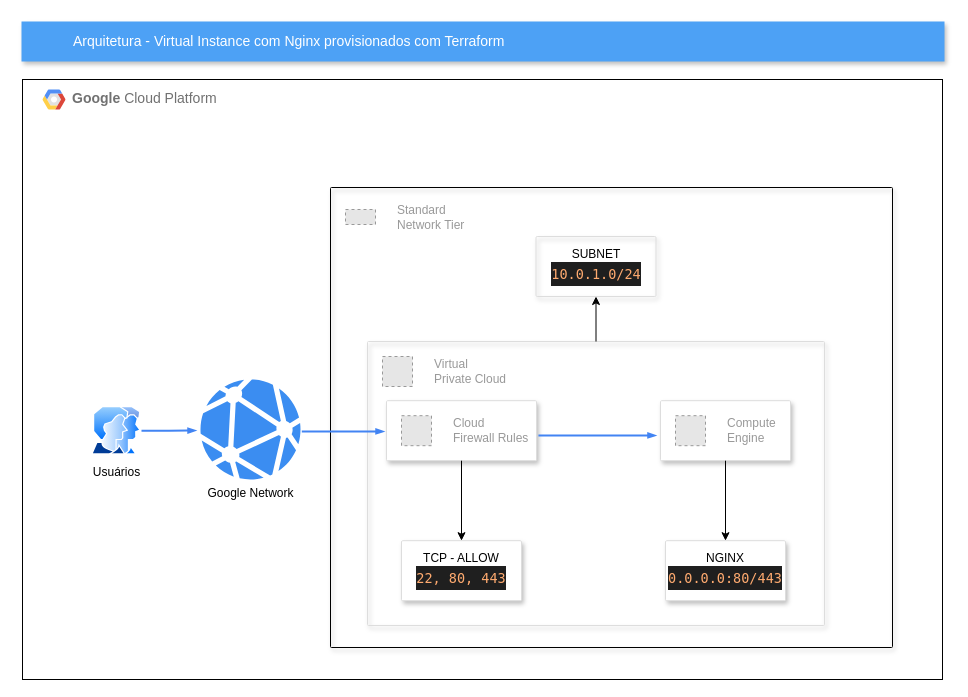
Before: gcp_vm_nginx/gcp_vm_ngninx.drawio in raioramalho/gcp-terraform-study, a draw.io diagram. Source tidied: cells renumbered, new cells numbered last; positions are measured from the earlier drawing's top-left corner, leaving out a move shared by most shapes. Both pictures are drawn from the tidied source at 100%, with x=0, y=0 at pixel (21, 21). Pictures stored in the file or linked from it are replaced by grey dashed boxes.
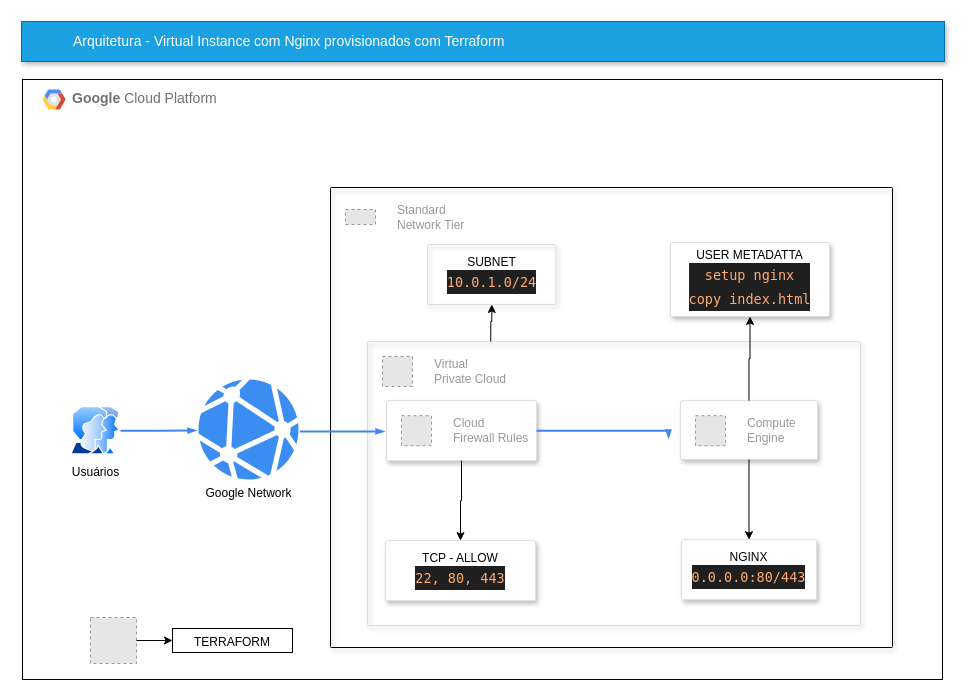
Above is the later version.

Commit message (it also covers changes not shown here):
Add README for GCP VM with NGINX setup using Terraform

The change refers to these unchanged cells:
```xml
<mxCell id="2" value="&lt;b&gt;Google &lt;/b&gt;Cloud Platform" style="fillColor=none;strokeColor=default;shadow=0;gradientColor=none;fontSize=14;align=left;spacing=10;fontColor=#717171;9E9E9E;verticalAlign=top;spacingTop=-4;fontStyle=0;spacingLeft=40;html=1;whiteSpace=wrap;" parent="1" vertex="1">
  <mxGeometry x="1" y="58" width="920" height="600" as="geometry" />
</mxCell>
<mxCell id="3" style="shadow=1;strokeWidth=1;rounded=1;absoluteArcSize=1;arcSize=2;fillColor=none;" parent="2" vertex="1">
  <mxGeometry x="308" y="108" width="562" height="460" as="geometry" />
</mxCell>
<mxCell id="10" style="strokeColor=#dddddd;shadow=1;strokeWidth=1;rounded=1;absoluteArcSize=1;arcSize=2;" parent="2" vertex="1">
  <mxGeometry x="364" y="321.2" width="150" height="60" as="geometry" />
</mxCell>
```

Change to the diagram source:
```diff
@@
     <mxCell id="5" style="strokeColor=#dddddd;shadow=1;strokeWidth=1;rounded=1;absoluteArcSize=1;arcSize=2;fillColor=none;" parent="3" vertex="1">
-      <mxGeometry x="37" y="154" width="457" height="284" as="geometry" />
+      <mxGeometry x="37" y="154" width="493" height="284" as="geometry" />
     </mxCell>
@@
+    <mxCell id="24" value="USER METADATTA&lt;div&gt;&lt;div style=&quot;background-color: rgb(31, 31, 31); font-family: &amp;quot;JetBrains Mono&amp;quot;, Menlo, Monaco, &amp;quot;Courier New&amp;quot;, monospace; font-size: 13.5px; line-height: 24px; white-space: pre;&quot;&gt;&lt;font color=&quot;#ffab70&quot;&gt;setup nginx&lt;/font&gt;&lt;/div&gt;&lt;/div&gt;&lt;div style=&quot;background-color: rgb(31, 31, 31); font-family: &amp;quot;JetBrains Mono&amp;quot;, Menlo, Monaco, &amp;quot;Courier New&amp;quot;, monospace; font-size: 13.5px; line-height: 24px; white-space: pre;&quot;&gt;&lt;font color=&quot;#ffab70&quot;&gt;copy index.html&lt;/font&gt;&lt;/div&gt;" style="whiteSpace=wrap;html=1;strokeColor=#dddddd;shadow=1;strokeWidth=1;rounded=1;arcSize=2;" parent="5" vertex="1">
+      <mxGeometry x="303" y="-99" width="159" height="74" as="geometry" />
+    </mxCell>
     <mxCell id="7" value="SUBNET&lt;br&gt;&lt;div style=&quot;color: rgb(187, 187, 187); background-color: rgb(31, 31, 31); font-family: &amp;quot;JetBrains Mono&amp;quot;, Menlo, Monaco, &amp;quot;Courier New&amp;quot;, monospace; font-size: 13.5px; line-height: 24px; white-space: pre;&quot;&gt;&lt;span style=&quot;color: #ffab70;&quot;&gt;10.0.1.0/24&lt;/span&gt;&lt;/div&gt;" style="whiteSpace=wrap;html=1;fillColor=none;strokeColor=#dddddd;shadow=1;strokeWidth=1;rounded=1;arcSize=2;" parent="3" vertex="1">
-      <mxGeometry x="205.5" y="49" width="120" height="60" as="geometry" />
+      <mxGeometry x="97" y="57" width="128.5" height="60" as="geometry" />
     </mxCell>
-    <mxCell id="8" style="edgeStyle=orthogonalEdgeStyle;rounded=0;jettySize=auto;html=1;" parent="3" edge="1" source="5" target="7">
+    <mxCell id="8" style="edgeStyle=orthogonalEdgeStyle;rounded=0;jettySize=auto;html=1;exitX=0.25;exitY=0;exitDx=0;exitDy=0;" parent="3" edge="1" source="5" target="7">
       <mxGeometry relative="1" as="geometry" />
     </mxCell>
@@
     <mxCell id="12" value="Google Network" style="sketch=0;html=1;strokeColor=none;shadow=0;fillColor=#3B8DF1;verticalAlign=top;labelPosition=center;verticalLabelPosition=bottom;shape=mxgraph.gcp2.google_network;" parent="2" vertex="1">
-      <mxGeometry x="178" y="300" width="100" height="100" as="geometry" />
+      <mxGeometry x="176" y="300" width="100" height="100" as="geometry" />
     </mxCell>
     <mxCell id="13" style="strokeColor=#dddddd;shadow=1;strokeWidth=1;rounded=1;absoluteArcSize=1;arcSize=2;" parent="2" vertex="1">
-      <mxGeometry x="638" y="321.2" width="130" height="60" as="geometry" />
+      <mxGeometry x="658" y="321.2" width="137" height="58.8" as="geometry" />
     </mxCell>
@@
-    <mxCell id="15" style="edgeStyle=orthogonalEdgeStyle;fontSize=12;html=1;endArrow=blockThin;endFill=1;rounded=0;strokeWidth=2;endSize=4;startSize=4;dashed=0;strokeColor=#4284F3;exitX=0.37;exitY=0.539;exitDx=0;exitDy=0;exitPerimeter=0;entryX=0.58;entryY=0.539;entryDx=0;entryDy=0;entryPerimeter=0;" parent="2" edge="1" source="3" target="3">
-      <mxGeometry relative="1" as="geometry" />
+    <mxCell id="15" style="edgeStyle=orthogonalEdgeStyle;fontSize=12;html=1;endArrow=blockThin;endFill=1;rounded=0;strokeWidth=2;endSize=4;startSize=4;dashed=0;strokeColor=#4284F3;exitX=1;exitY=0.5;exitDx=0;exitDy=0;" parent="2" edge="1" source="10">
+      <mxGeometry relative="1" as="geometry">
+        <mxPoint x="646" y="359" as="targetPoint" />
+        <Array as="points">
+          <mxPoint x="646" y="351" />
+        </Array>
+      </mxGeometry>
     </mxCell>
+    <mxCell id="25" style="edgeStyle=orthogonalEdgeStyle;rounded=0;jettySize=auto;html=1;" parent="2" edge="1" source="13" target="24">
+      <mxGeometry relative="1" as="geometry" />
+    </mxCell>
+    <mxCell id="26" style="fillColor=#E6E6E6;strokeColor=#999999;dashed=1;verticalLabelPosition=bottom;verticalAlign=top;" parent="2" vertex="1">
+      <mxGeometry x="68" y="538" width="46" height="46" as="geometry" />
+    </mxCell>
+    <mxCell id="27" value="TERRAFORM" style="whiteSpace=wrap;html=1;verticalAlign=top;" parent="2" vertex="1">
+      <mxGeometry x="150" y="549" width="120" height="24" as="geometry" />
+    </mxCell>
+    <mxCell id="28" style="edgeStyle=orthogonalEdgeStyle;rounded=0;jettySize=auto;html=1;" parent="2" edge="1" source="26" target="27">
+      <mxGeometry relative="1" as="geometry" />
+    </mxCell>
-    <mxCell id="16" value="Arquitetura - Virtual Instance com Nginx provisionados com Terraform" style="fillColor=#4DA1F5;strokeColor=none;shadow=1;gradientColor=none;fontSize=14;align=left;spacingLeft=50;fontColor=#ffffff;whiteSpace=wrap;html=1;" parent="1" vertex="1">
+    <mxCell id="16" value="Arquitetura - Virtual Instance com Nginx provisionados com Terraform" style="fillColor=light-dark(#1ba1e2, #052738);strokeColor=#006EAF;shadow=1;fontSize=14;align=left;spacingLeft=50;fontColor=#ffffff;whiteSpace=wrap;html=1;" parent="1" vertex="1">
       <mxGeometry width="923" height="40" as="geometry" />
     </mxCell>
     <mxCell id="17" value="Usuários" style="image;perimeter=ellipsePerimeter;html=1;align=center;shadow=0;dashed=0;spacingTop=3;image=img/lib/active_directory/user_accounts.svg;" parent="1" vertex="1">
-      <mxGeometry x="70" y="385" width="50" height="48.5" as="geometry" />
+      <mxGeometry x="49" y="385" width="50" height="48.5" as="geometry" />
     </mxCell>
@@
     <mxCell id="20" value="TCP - ALLOW&lt;div&gt;&lt;div style=&quot;background-color: rgb(31, 31, 31); font-family: &amp;quot;JetBrains Mono&amp;quot;, Menlo, Monaco, &amp;quot;Courier New&amp;quot;, monospace; font-size: 13.5px; line-height: 24px; white-space: pre;&quot;&gt;&lt;font color=&quot;#ffab70&quot;&gt;22, 80, 443&lt;/font&gt;&lt;/div&gt;&lt;/div&gt;" style="whiteSpace=wrap;html=1;strokeColor=#dddddd;shadow=1;strokeWidth=1;rounded=1;arcSize=2;" parent="1" vertex="1">
-      <mxGeometry x="380" y="519.2" width="120" height="60" as="geometry" />
+      <mxGeometry x="364" y="519.2" width="150" height="60" as="geometry" />
     </mxCell>
@@
     <mxCell id="22" value="NGINX&lt;div&gt;&lt;div style=&quot;background-color: rgb(31, 31, 31); font-family: &amp;quot;JetBrains Mono&amp;quot;, Menlo, Monaco, &amp;quot;Courier New&amp;quot;, monospace; font-size: 13.5px; line-height: 24px; white-space: pre;&quot;&gt;&lt;font color=&quot;#ffab70&quot;&gt;0.0.0.0:80/443&lt;/font&gt;&lt;/div&gt;&lt;/div&gt;" style="whiteSpace=wrap;html=1;strokeColor=#dddddd;shadow=1;strokeWidth=1;rounded=1;arcSize=2;" parent="1" vertex="1">
-      <mxGeometry x="644" y="519.2" width="120" height="60" as="geometry" />
+      <mxGeometry x="660" y="518.2" width="135" height="60" as="geometry" />
     </mxCell>
```
